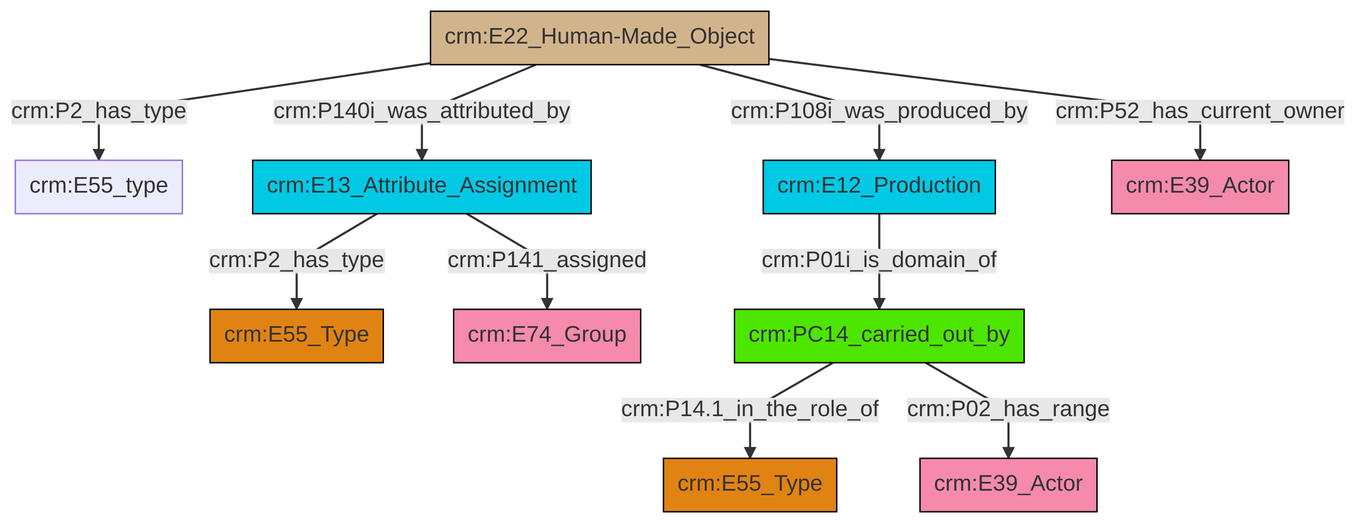
swiss-art-research-net/reference-data-models keeps this Mermaid diagram as et/builtWorkCSV/ttl/mmd/png/Built_Work_actor_relations.png. Above is the earlier version. Its source is kept beside it as et/builtWorkCSV/ttl/mmd/Built_Work_actor_relations.ttl.mmd.
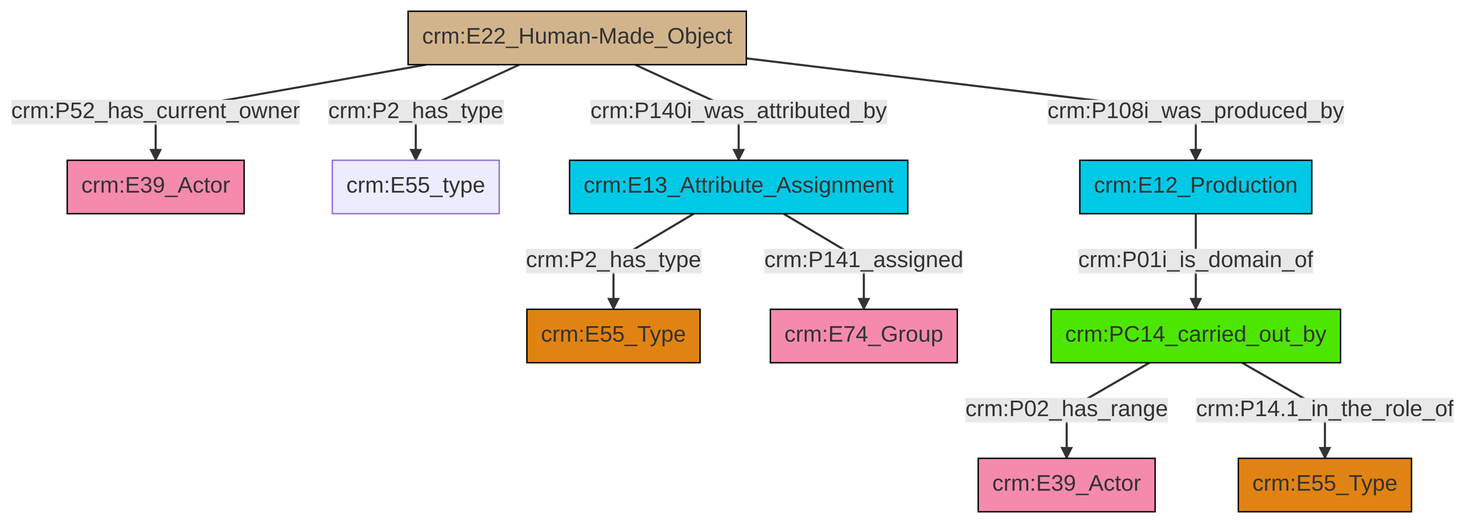
Later version of the same file.

Diff of the diagram source:
```diff
@@ -13,12 +13,12 @@
 classDef PC_Classes fill:#4ce600, stroke:#000000;
 classDef Multi fill:#cccccc,stroke:#000000;
 
-6["crm:E22_Human-Made_Object"]:::Physical_Thing -->|crm:P2_has_type| 7["crm:E55_type"]:::Default
-10["crm:PC14_carried_out_by"]:::PC_Classes -->|crm:P14.1_in_the_role_of| 4["crm:E55_Type"]:::Type
-8["crm:E13_Attribute_Assignment"]:::Temporal_Entity -->|crm:P141_assigned| 2["crm:E74_Group"]:::Actor
-6["crm:E22_Human-Made_Object"]:::Physical_Thing -->|crm:P108i_was_produced_by| 11["crm:E12_Production"]:::Temporal_Entity
-6["crm:E22_Human-Made_Object"]:::Physical_Thing -->|crm:P140i_was_attributed_by| 8["crm:E13_Attribute_Assignment"]:::Temporal_Entity
-6["crm:E22_Human-Made_Object"]:::Physical_Thing -->|crm:P52_has_current_owner| 14["crm:E39_Actor"]:::Actor
-11["crm:E12_Production"]:::Temporal_Entity -->|crm:P01i_is_domain_of| 10["crm:PC14_carried_out_by"]:::PC_Classes
-10["crm:PC14_carried_out_by"]:::PC_Classes -->|crm:P02_has_range| 19["crm:E39_Actor"]:::Actor
-8["crm:E13_Attribute_Assignment"]:::Temporal_Entity -->|crm:P2_has_type| 0["crm:E55_Type"]:::Type
+0["crm:E22_Human-Made_Object"]:::Physical_Thing -->|crm:P52_has_current_owner| 1["crm:E39_Actor"]:::Actor
+0["crm:E22_Human-Made_Object"]:::Physical_Thing -->|crm:P2_has_type| 2["crm:E55_type"]:::Default
+3["crm:E13_Attribute_Assignment"]:::Temporal_Entity -->|crm:P2_has_type| 4["crm:E55_Type"]:::Type
+7["crm:PC14_carried_out_by"]:::PC_Classes -->|crm:P02_has_range| 19["crm:E39_Actor"]:::Actor
+0["crm:E22_Human-Made_Object"]:::Physical_Thing -->|crm:P108i_was_produced_by| 13["crm:E12_Production"]:::Temporal_Entity
+7["crm:PC14_carried_out_by"]:::PC_Classes -->|crm:P14.1_in_the_role_of| 11["crm:E55_Type"]:::Type
+3["crm:E13_Attribute_Assignment"]:::Temporal_Entity -->|crm:P141_assigned| 5["crm:E74_Group"]:::Actor
+0["crm:E22_Human-Made_Object"]:::Physical_Thing -->|crm:P140i_was_attributed_by| 3["crm:E13_Attribute_Assignment"]:::Temporal_Entity
+13["crm:E12_Production"]:::Temporal_Entity -->|crm:P01i_is_domain_of| 7["crm:PC14_carried_out_by"]:::PC_Classes
```
